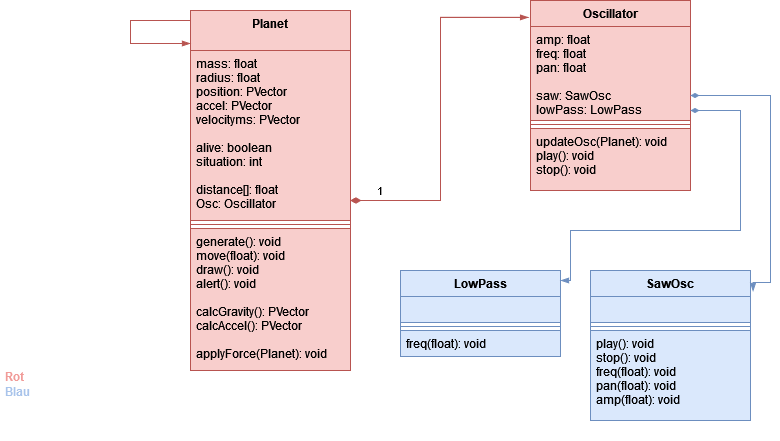
Kepasu/Informatik-Projekt-S1 keeps this draw.io diagram as Klassendiagramm.drawio.png. Above is the earlier version. Source tidied: cells renumbered, new cells last; positions are measured from the earlier drawing's top-left corner, leaving out a move shared by most shapes.
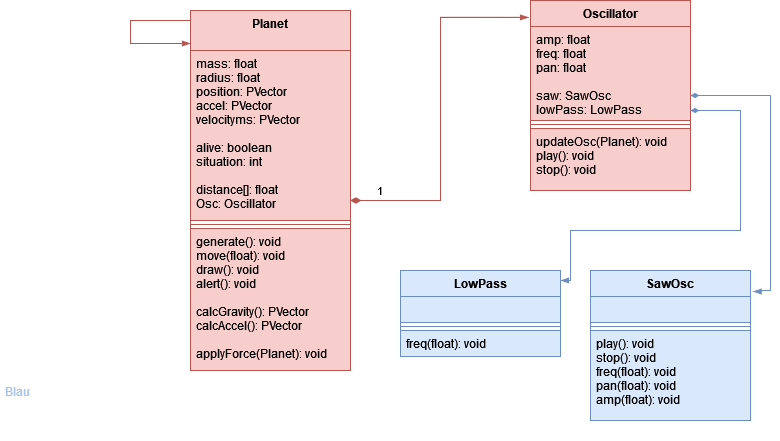
The same file after the commit.

Diff of the diagram source:
```diff
@@ -81,7 +81,9 @@
         <mxPoint x="690" y="95" as="sourcePoint" />
         <Array as="points">
           <mxPoint x="770" y="95" />
-          <mxPoint x="770" y="282" />
+          <mxPoint x="770" y="290" />
+          <mxPoint x="760" y="290" />
+          <mxPoint x="760" y="291" />
         </Array>
       </mxGeometry>
     </mxCell>
@@ -96,7 +98,7 @@
         </Array>
       </mxGeometry>
     </mxCell>
-    <mxCell id="23" value="&lt;div&gt;&lt;font face=&quot;Helvetica&quot; color=&quot;#FFFFFF&quot;&gt;&lt;b&gt;&lt;font color=&quot;#F19C99&quot;&gt;Rot&lt;/font&gt;: eigene Klassen&lt;/b&gt;&lt;/font&gt;&lt;/div&gt;&lt;div&gt;&lt;font face=&quot;Helvetica&quot; color=&quot;#FFFFFF&quot;&gt;&lt;b&gt;&lt;font color=&quot;#A9C4EB&quot;&gt;Blau&lt;/font&gt;: Klassen der processing.sound library&lt;br&gt;&lt;/b&gt;&lt;/font&gt;&lt;/div&gt;" style="text;html=1;spacing=5;spacingTop=-20;whiteSpace=wrap;overflow=hidden;rounded=0;" parent="1" vertex="1">
+    <mxCell id="23" value="&lt;div&gt;&lt;font face=&quot;Helvetica&quot; color=&quot;#FFFFFF&quot;&gt;&lt;b&gt;Rot: eigene Klassen&lt;/b&gt;&lt;/font&gt;&lt;/div&gt;&lt;div&gt;&lt;font face=&quot;Helvetica&quot; color=&quot;#FFFFFF&quot;&gt;&lt;b&gt;&lt;font color=&quot;#A9C4EB&quot;&gt;Blau&lt;/font&gt;: Klassen der processing.sound library&lt;br&gt;&lt;/b&gt;&lt;/font&gt;&lt;/div&gt;" style="text;html=1;spacing=5;spacingTop=-20;whiteSpace=wrap;overflow=hidden;rounded=0;" parent="1" vertex="1">
       <mxGeometry y="380" width="190" height="60" as="geometry" />
     </mxCell>
   </root>
```
